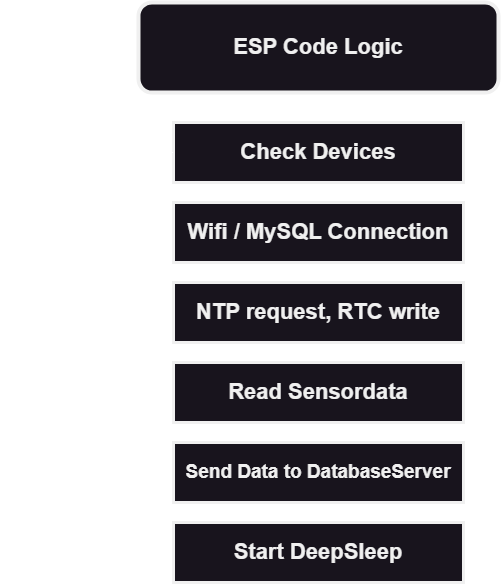
lstranskyTGM/uWeatherNG keeps this draw.io diagram as ESP32/img/codeLogic.png. Above is the earlier version. Source tidied: cells renumbered, new cells last; positions are measured from the earlier drawing's top-left corner, leaving out a move shared by most shapes.
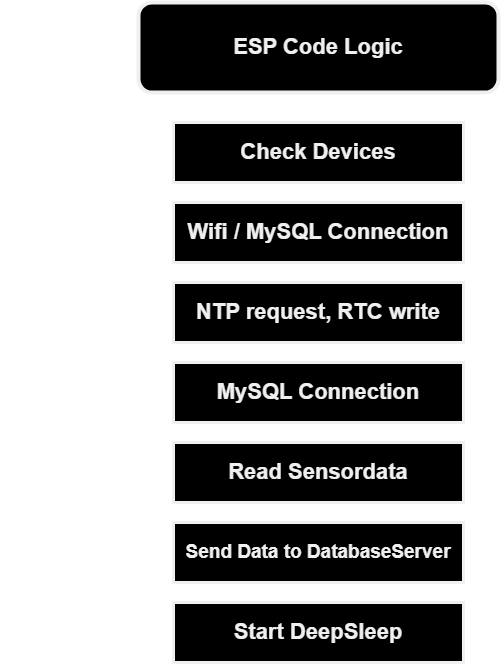
After the change.

Change to the diagram source:
```diff
@@ -2,37 +2,40 @@
   <root>
     <mxCell id="0" />
     <mxCell id="1" parent="0" />
-    <mxCell id="2" value="&lt;font size=&quot;1&quot; style=&quot;&quot;&gt;&lt;b style=&quot;font-size: 22px;&quot;&gt;ESP Code Logic&lt;/b&gt;&lt;/font&gt;" style="rounded=1;whiteSpace=wrap;html=1;strokeWidth=4;" parent="1" vertex="1">
+    <mxCell id="2" value="&lt;font size=&quot;1&quot; style=&quot;&quot;&gt;&lt;b style=&quot;font-size: 22px;&quot;&gt;ESP Code Logic&lt;/b&gt;&lt;/font&gt;" style="rounded=1;whiteSpace=wrap;html=1;strokeWidth=4;fillColor=#000000;" parent="1" vertex="1">
       <mxGeometry x="138" width="360" height="90" as="geometry" />
     </mxCell>
-    <mxCell id="3" value="&lt;b&gt;&lt;font style=&quot;font-size: 22px;&quot;&gt;Check Devices&lt;/font&gt;&lt;/b&gt;" style="rounded=0;whiteSpace=wrap;html=1;strokeWidth=3;" parent="1" vertex="1">
+    <mxCell id="3" value="&lt;b&gt;&lt;font style=&quot;font-size: 22px;&quot;&gt;Check Devices&lt;/font&gt;&lt;/b&gt;" style="rounded=0;whiteSpace=wrap;html=1;strokeWidth=3;fillColor=#000000;" parent="1" vertex="1">
       <mxGeometry x="173" y="120" width="290" height="60" as="geometry" />
     </mxCell>
-    <mxCell id="4" value="&lt;span style=&quot;font-size: 22px;&quot;&gt;&lt;b&gt;Wifi / MySQL Connection&lt;/b&gt;&lt;/span&gt;" style="rounded=0;whiteSpace=wrap;html=1;strokeWidth=3;" parent="1" vertex="1">
+    <mxCell id="4" value="&lt;span style=&quot;font-size: 22px;&quot;&gt;&lt;b&gt;Wifi / MySQL Connection&lt;/b&gt;&lt;/span&gt;" style="rounded=0;whiteSpace=wrap;html=1;strokeWidth=3;fillColor=#000000;" parent="1" vertex="1">
       <mxGeometry x="173" y="200" width="290" height="60" as="geometry" />
     </mxCell>
-    <mxCell id="5" value="&lt;b&gt;&lt;font style=&quot;font-size: 22px;&quot;&gt;NTP request, RTC write&lt;/font&gt;&lt;/b&gt;" style="rounded=0;whiteSpace=wrap;html=1;strokeWidth=3;" parent="1" vertex="1">
+    <mxCell id="5" value="&lt;b&gt;&lt;font style=&quot;font-size: 22px;&quot;&gt;NTP request, RTC write&lt;/font&gt;&lt;/b&gt;" style="rounded=0;whiteSpace=wrap;html=1;strokeWidth=3;fillColor=#000000;" parent="1" vertex="1">
       <mxGeometry x="173" y="280" width="290" height="60" as="geometry" />
     </mxCell>
-    <mxCell id="6" value="&lt;b style=&quot;&quot;&gt;&lt;font style=&quot;font-size: 22px;&quot;&gt;Read Sensordata&lt;/font&gt;&lt;/b&gt;" style="rounded=0;whiteSpace=wrap;html=1;strokeWidth=3;" parent="1" vertex="1">
-      <mxGeometry x="173" y="360" width="290" height="60" as="geometry" />
+    <mxCell id="6" value="&lt;b style=&quot;&quot;&gt;&lt;font style=&quot;font-size: 22px;&quot;&gt;Read Sensordata&lt;/font&gt;&lt;/b&gt;" style="rounded=0;whiteSpace=wrap;html=1;strokeWidth=3;fillColor=#000000;" parent="1" vertex="1">
+      <mxGeometry x="173" y="440" width="290" height="60" as="geometry" />
     </mxCell>
-    <mxCell id="7" value="&lt;span style=&quot;font-size: 19px;&quot;&gt;&lt;b&gt;Send Data to DatabaseServer&lt;/b&gt;&lt;/span&gt;" style="rounded=0;whiteSpace=wrap;html=1;strokeWidth=3;" parent="1" vertex="1">
-      <mxGeometry x="173" y="440" width="290" height="60" as="geometry" />
+    <mxCell id="7" value="&lt;span style=&quot;font-size: 19px;&quot;&gt;&lt;b&gt;Send Data to DatabaseServer&lt;/b&gt;&lt;/span&gt;" style="rounded=0;whiteSpace=wrap;html=1;strokeWidth=3;fillColor=#000000;" parent="1" vertex="1">
+      <mxGeometry x="173" y="520" width="290" height="60" as="geometry" />
     </mxCell>
     <mxCell id="8" style="edgeStyle=orthogonalEdgeStyle;rounded=0;jettySize=auto;html=1;exitX=0;exitY=0.5;exitDx=0;exitDy=0;entryX=0;entryY=0.5;entryDx=0;entryDy=0;strokeWidth=3;strokeColor=#FFFFFF;" parent="1" edge="1" source="9" target="3">
       <mxGeometry relative="1" as="geometry">
         <Array as="points">
-          <mxPoint x="118" y="550" />
+          <mxPoint x="118" y="630" />
           <mxPoint x="118" y="150" />
         </Array>
       </mxGeometry>
     </mxCell>
-    <mxCell id="9" value="&lt;b style=&quot;&quot;&gt;&lt;font style=&quot;font-size: 22px;&quot;&gt;Start DeepSleep&lt;/font&gt;&lt;/b&gt;" style="rounded=0;whiteSpace=wrap;html=1;strokeWidth=3;" parent="1" vertex="1">
-      <mxGeometry x="173" y="520" width="290" height="60" as="geometry" />
+    <mxCell id="9" value="&lt;b style=&quot;&quot;&gt;&lt;font style=&quot;font-size: 22px;&quot;&gt;Start DeepSleep&lt;/font&gt;&lt;/b&gt;" style="rounded=0;whiteSpace=wrap;html=1;strokeWidth=3;fillColor=#000000;" parent="1" vertex="1">
+      <mxGeometry x="173" y="600" width="290" height="60" as="geometry" />
     </mxCell>
     <mxCell id="10" value="&lt;font style=&quot;font-size: 22px;&quot;&gt;&lt;b&gt;Every 3-4 Minutes&lt;/b&gt;&lt;/font&gt;" style="text;html=1;strokeColor=none;fillColor=none;align=center;verticalAlign=middle;whiteSpace=wrap;rounded=0;fontColor=#FFFFFF;" parent="1" vertex="1">
       <mxGeometry y="320" width="100" height="30" as="geometry" />
     </mxCell>
+    <mxCell id="11" value="&lt;span style=&quot;font-size: 22px;&quot;&gt;&lt;b&gt;MySQL Connection&lt;/b&gt;&lt;/span&gt;" style="rounded=0;whiteSpace=wrap;html=1;strokeWidth=3;fillColor=#000000;" parent="1" vertex="1">
+      <mxGeometry x="173" y="360" width="290" height="60" as="geometry" />
+    </mxCell>
   </root>
 </mxGraphModel>
```
